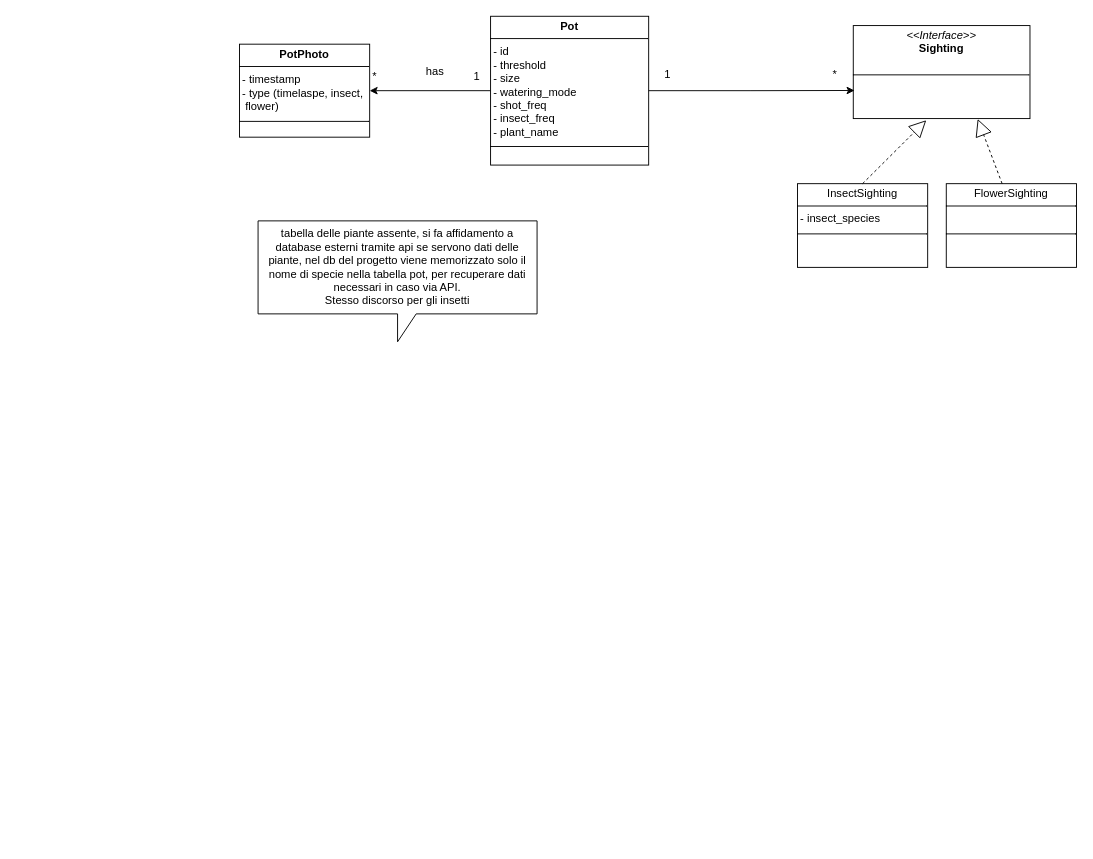
Earlier version of the draw.io diagram docs/classes.drawio (rosario-zaccone/clorofillo). Source tidied: cells renumbered, new cells numbered last; positions are measured from the earlier drawing's top-left corner, leaving out a move shared by most shapes. Both pictures are drawn from the tidied source at 93%, with x=0, y=0 at pixel (239, 16).
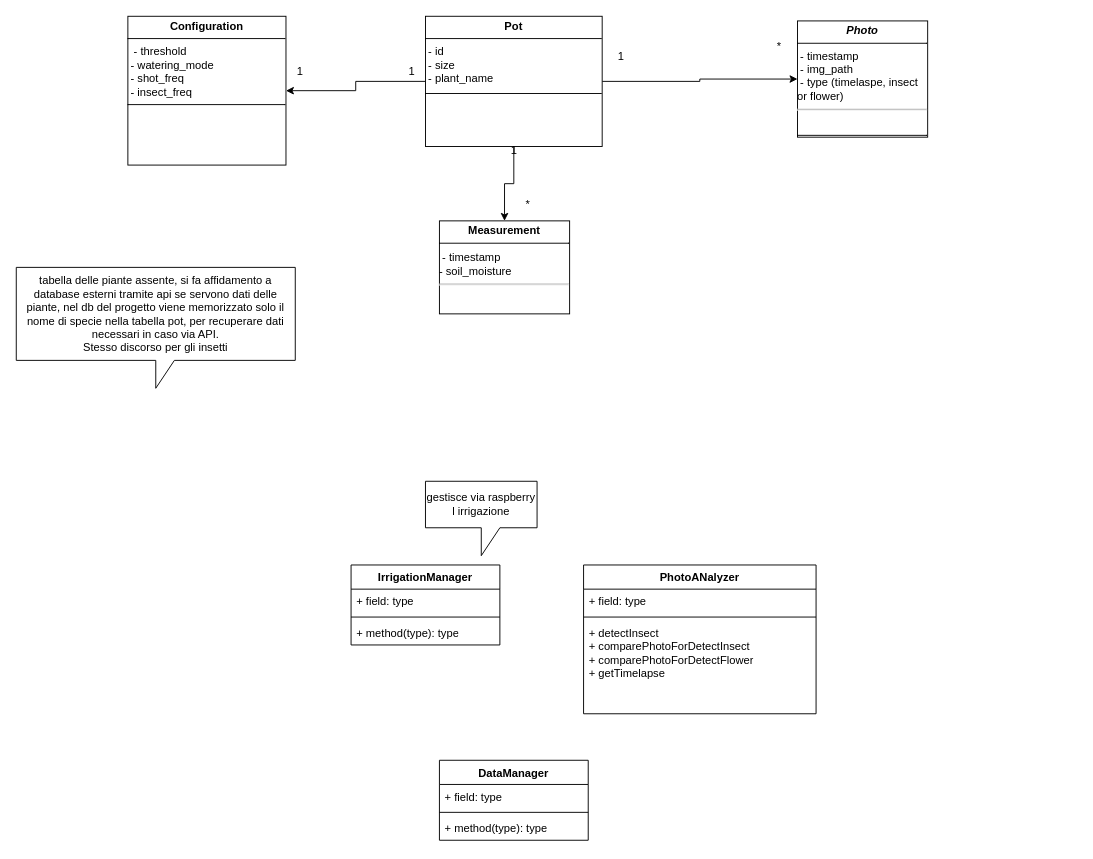
Above is the later version.

Commit message:
domain model diagram updated

What changed in the source:
```diff
@@
+    <mxCell id="17" style="edgeStyle=orthogonalEdgeStyle;rounded=0;jettySize=auto;html=1;" parent="1" edge="1" source="3" target="19">
+      <mxGeometry relative="1" as="geometry" />
+    </mxCell>
+    <mxCell id="18" style="edgeStyle=orthogonalEdgeStyle;rounded=0;jettySize=auto;html=1;entryX=0.5;entryY=0;entryDx=0;entryDy=0;" parent="1" edge="1" source="3" target="22">
+      <mxGeometry relative="1" as="geometry" />
+    </mxCell>
-    <mxCell id="2" style="edgeStyle=orthogonalEdgeStyle;rounded=0;jettySize=auto;html=1;entryX=1;entryY=0.5;entryDx=0;entryDy=0;" parent="1" edge="1" source="3" target="4">
+    <mxCell id="2" style="edgeStyle=orthogonalEdgeStyle;rounded=0;jettySize=auto;html=1;" parent="1" edge="1" source="3" target="4">
       <mxGeometry relative="1" as="geometry" />
     </mxCell>
-    <mxCell id="3" value="&lt;p style=&quot;margin:0px;margin-top:4px;text-align:center;&quot;&gt;&lt;b&gt;Pot&lt;/b&gt;&lt;/p&gt;&lt;hr size=&quot;1&quot; style=&quot;border-style:solid;&quot;&gt;&amp;nbsp;- id&lt;div&gt;&amp;nbsp;-&amp;nbsp;threshold&lt;/div&gt;&lt;div&gt;&amp;nbsp;- size&lt;/div&gt;&lt;div&gt;&amp;nbsp;- watering_mode&lt;/div&gt;&lt;div&gt;&amp;nbsp;- shot_freq&lt;/div&gt;&lt;div&gt;&amp;nbsp;- insect_freq&lt;/div&gt;&lt;div&gt;&amp;nbsp;- plant_name&lt;/div&gt;&lt;div&gt;&lt;div style=&quot;height:2px;&quot;&gt;&lt;/div&gt;&lt;hr size=&quot;1&quot; style=&quot;border-style:solid;&quot;&gt;&lt;div style=&quot;height:2px;&quot;&gt;&lt;/div&gt;&lt;/div&gt;" style="verticalAlign=top;align=left;overflow=fill;html=1;whiteSpace=wrap;" parent="1" vertex="1">
-      <mxGeometry x="270" width="170" height="160" as="geometry" />
+    <mxCell id="3" value="&lt;p style=&quot;margin:0px;margin-top:4px;text-align:center;&quot;&gt;&lt;b&gt;Pot&lt;/b&gt;&lt;/p&gt;&lt;hr size=&quot;1&quot; style=&quot;border-style:solid;&quot;&gt;&amp;nbsp;- id&lt;div&gt;&amp;nbsp;- size&lt;/div&gt;&lt;div&gt;&amp;nbsp;- plant_name&lt;/div&gt;&lt;div&gt;&lt;div style=&quot;height:2px;&quot;&gt;&lt;/div&gt;&lt;hr size=&quot;1&quot; style=&quot;border-style:solid;&quot;&gt;&lt;div style=&quot;height:2px;&quot;&gt;&lt;/div&gt;&lt;/div&gt;" style="verticalAlign=top;align=left;overflow=fill;html=1;whiteSpace=wrap;" parent="1" vertex="1">
+      <mxGeometry x="200" width="190" height="140" as="geometry" />
     </mxCell>
-    <mxCell id="4" value="&lt;p style=&quot;margin:0px;margin-top:4px;text-align:center;&quot;&gt;&lt;b&gt;PotPhoto&lt;/b&gt;&lt;/p&gt;&lt;hr size=&quot;1&quot; style=&quot;border-style:solid;&quot;&gt;&amp;nbsp;- timestamp&lt;div&gt;&amp;nbsp;- type (timelaspe, insect,&amp;nbsp; &amp;nbsp; flower)&lt;br&gt;&lt;div&gt;&lt;div style=&quot;height:2px;&quot;&gt;&lt;/div&gt;&lt;hr size=&quot;1&quot; style=&quot;border-style:solid;&quot;&gt;&lt;div style=&quot;height:2px;&quot;&gt;&lt;/div&gt;&lt;/div&gt;&lt;/div&gt;" style="verticalAlign=top;align=left;overflow=fill;html=1;whiteSpace=wrap;" parent="1" vertex="1">
-      <mxGeometry y="30" width="140" height="100" as="geometry" />
+    <mxCell id="4" value="&lt;p style=&quot;margin:0px;margin-top:4px;text-align:center;&quot;&gt;&lt;b&gt;&lt;i&gt;Photo&lt;/i&gt;&lt;/b&gt;&lt;/p&gt;&lt;hr size=&quot;1&quot; style=&quot;border-style:solid;&quot;&gt;&amp;nbsp;- timestamp&lt;div&gt;&amp;nbsp;- img_path&lt;/div&gt;&lt;div&gt;&amp;nbsp;- type (timelaspe, insect or flower)&lt;/div&gt;&lt;div&gt;&lt;hr&gt;&lt;div&gt;&lt;br&gt;&lt;div&gt;&lt;hr size=&quot;1&quot; style=&quot;border-style:solid;&quot;&gt;&lt;div style=&quot;height:2px;&quot;&gt;&lt;/div&gt;&lt;/div&gt;&lt;/div&gt;&lt;/div&gt;" style="verticalAlign=top;align=left;overflow=fill;html=1;whiteSpace=wrap;" parent="1" vertex="1">
+      <mxGeometry x="600" y="5" width="140" height="125" as="geometry" />
     </mxCell>
-    <mxCell id="5" value="&lt;p style=&quot;margin:0px;margin-top:4px;text-align:center;&quot;&gt;FlowerSighting&lt;/p&gt;&lt;hr size=&quot;1&quot; style=&quot;border-style:solid;&quot;&gt;&lt;div&gt;&amp;nbsp;&lt;/div&gt;&lt;div&gt;&lt;div style=&quot;height:2px;&quot;&gt;&lt;/div&gt;&lt;hr size=&quot;1&quot; style=&quot;border-style:solid;&quot;&gt;&lt;div style=&quot;height:2px;&quot;&gt;&lt;/div&gt;&lt;/div&gt;" style="verticalAlign=top;align=left;overflow=fill;html=1;whiteSpace=wrap;" parent="1" vertex="1">
-      <mxGeometry x="760" y="180" width="140" height="90" as="geometry" />
-    </mxCell>
     <mxCell id="6" value="tabella delle piante assente, si fa affidamento a database esterni tramite api se servono dati delle piante, nel db del progetto viene memorizzato solo il nome di specie nella tabella pot, per recuperare dati necessari in caso via API.&lt;div&gt;Stesso discorso per gli insetti&lt;/div&gt;" style="shape=callout;whiteSpace=wrap;html=1;perimeter=calloutPerimeter;" parent="1" vertex="1">
-      <mxGeometry x="20" y="220" width="300" height="130" as="geometry" />
+      <mxGeometry x="-240" y="270" width="300" height="130" as="geometry" />
     </mxCell>
-    <mxCell id="7" value="&lt;p style=&quot;margin:0px;margin-top:4px;text-align:center;&quot;&gt;InsectSighting&lt;/p&gt;&lt;hr size=&quot;1&quot; style=&quot;border-style:solid;&quot;&gt;&lt;div&gt;&amp;nbsp;- insect_species&lt;/div&gt;&lt;div&gt;&lt;div style=&quot;height:2px;&quot;&gt;&lt;/div&gt;&lt;hr size=&quot;1&quot; style=&quot;border-style:solid;&quot;&gt;&lt;div style=&quot;height:2px;&quot;&gt;&lt;/div&gt;&lt;/div&gt;" style="verticalAlign=top;align=left;overflow=fill;html=1;whiteSpace=wrap;" parent="1" vertex="1">
-      <mxGeometry x="600" y="180" width="140" height="90" as="geometry" />
-    </mxCell>
-    <mxCell id="8" value="&lt;p style=&quot;margin:0px;margin-top:4px;text-align:center;&quot;&gt;&lt;i&gt;&amp;lt;&amp;lt;Interface&amp;gt;&amp;gt;&lt;/i&gt;&lt;br&gt;&lt;b&gt;Sighting&lt;/b&gt;&lt;/p&gt;&lt;p style=&quot;margin:0px;margin-left:4px;&quot;&gt;&lt;br&gt;&lt;/p&gt;&lt;hr size=&quot;1&quot; style=&quot;border-style:solid;&quot;&gt;&lt;p style=&quot;margin:0px;margin-left:4px;&quot;&gt;&lt;br&gt;&lt;/p&gt;" style="verticalAlign=top;align=left;overflow=fill;html=1;whiteSpace=wrap;" parent="1" vertex="1">
-      <mxGeometry x="660" y="10" width="190" height="100" as="geometry" />
-    </mxCell>
-    <mxCell id="9" style="endArrow=block;endSize=16;endFill=0;html=1;rounded=0;exitX=0.5;exitY=0;exitDx=0;exitDy=0;entryX=0.413;entryY=1.018;entryDx=0;entryDy=0;entryPerimeter=0;dashed=1;" parent="1" edge="1" source="7" target="8">
-      <mxGeometry relative="1" as="geometry" />
-    </mxCell>
-    <mxCell id="10" style="endArrow=block;endSize=16;endFill=0;html=1;rounded=0;entryX=0.704;entryY=1.004;entryDx=0;entryDy=0;entryPerimeter=0;exitX=0.429;exitY=0;exitDx=0;exitDy=0;exitPerimeter=0;dashed=1;" parent="1" edge="1" source="5" target="8">
-      <mxGeometry relative="1" as="geometry" />
-    </mxCell>
-    <mxCell id="11" value="*" style="text;html=1;align=center;verticalAlign=middle;strokeColor=none;fillColor=none;" parent="1" vertex="1">
-      <mxGeometry x="130" y="50" width="30" height="30" as="geometry" />
-    </mxCell>
-    <mxCell id="12" value="1" style="text;html=1;align=center;verticalAlign=middle;strokeColor=none;fillColor=none;" parent="1" vertex="1">
-      <mxGeometry x="240" y="50" width="30" height="30" as="geometry" />
-    </mxCell>
-    <mxCell id="13" value="has" style="text;html=1;align=center;verticalAlign=middle;strokeColor=none;fillColor=none;" parent="1" vertex="1">
-      <mxGeometry x="190" y="45" width="40" height="30" as="geometry" />
-    </mxCell>
-    <mxCell id="14" style="edgeStyle=orthogonalEdgeStyle;rounded=0;jettySize=auto;html=1;entryX=0.007;entryY=0.698;entryDx=0;entryDy=0;entryPerimeter=0;" parent="1" edge="1" source="3" target="8">
-      <mxGeometry relative="1" as="geometry" />
-    </mxCell>
-    <mxCell id="15" value="1" style="text;html=1;align=center;verticalAlign=middle;strokeColor=none;fillColor=none;" parent="1" vertex="1">
-      <mxGeometry x="445" y="48" width="30" height="30" as="geometry" />
-    </mxCell>
-    <mxCell id="16" value="*" style="text;html=1;align=center;verticalAlign=middle;strokeColor=none;fillColor=none;" parent="1" vertex="1">
-      <mxGeometry x="625" y="48" width="30" height="30" as="geometry" />
-    </mxCell>
+    <mxCell id="19" value="&lt;p style=&quot;margin:0px;margin-top:4px;text-align:center;&quot;&gt;&lt;b&gt;Configuration&lt;/b&gt;&lt;/p&gt;&lt;hr size=&quot;1&quot; style=&quot;border-style:solid;&quot;&gt;&amp;nbsp;&amp;nbsp;&lt;span style=&quot;background-color: transparent; color: light-dark(rgb(0, 0, 0), rgb(255, 255, 255));&quot;&gt;-&amp;nbsp;threshold&lt;/span&gt;&lt;div&gt;&amp;nbsp;- watering_mode&lt;/div&gt;&lt;div&gt;&amp;nbsp;- shot_freq&lt;/div&gt;&lt;div&gt;&amp;nbsp;- insect_freq&lt;/div&gt;&lt;div&gt;&lt;hr size=&quot;1&quot; style=&quot;border-style:solid;&quot;&gt;&lt;div style=&quot;height:2px;&quot;&gt;&lt;/div&gt;&lt;/div&gt;" style="verticalAlign=top;align=left;overflow=fill;html=1;whiteSpace=wrap;" parent="1" vertex="1">
+      <mxGeometry x="-120" width="170" height="160" as="geometry" />
+    </mxCell>
+    <mxCell id="20" value="1" style="text;html=1;align=center;verticalAlign=middle;strokeColor=none;fillColor=none;" parent="1" vertex="1">
+      <mxGeometry x="170" y="45" width="30" height="30" as="geometry" />
+    </mxCell>
+    <mxCell id="21" value="1" style="text;html=1;align=center;verticalAlign=middle;strokeColor=none;fillColor=none;" parent="1" vertex="1">
+      <mxGeometry x="50" y="45" width="30" height="30" as="geometry" />
+    </mxCell>
+    <mxCell id="22" value="&lt;p style=&quot;margin:0px;margin-top:4px;text-align:center;&quot;&gt;&lt;b&gt;Measurement&lt;/b&gt;&lt;/p&gt;&lt;hr size=&quot;1&quot; style=&quot;border-style:solid;&quot;&gt;&lt;div style=&quot;height:2px;&quot;&gt;&lt;/div&gt;&amp;nbsp;- timestamp&lt;div&gt;- soil_moisture&lt;br&gt;&lt;div style=&quot;height:2px;&quot;&gt;&lt;hr&gt;&lt;/div&gt;&lt;/div&gt;" style="verticalAlign=top;align=left;overflow=fill;html=1;whiteSpace=wrap;" parent="1" vertex="1">
+      <mxGeometry x="215" y="220" width="140" height="100" as="geometry" />
+    </mxCell>
+    <mxCell id="23" value="1" style="text;html=1;align=center;verticalAlign=middle;strokeColor=none;fillColor=none;" parent="1" vertex="1">
+      <mxGeometry x="280" y="130" width="30" height="30" as="geometry" />
+    </mxCell>
+    <mxCell id="24" value="*" style="text;html=1;align=center;verticalAlign=middle;strokeColor=none;fillColor=none;" parent="1" vertex="1">
+      <mxGeometry x="295" y="188" width="30" height="30" as="geometry" />
+    </mxCell>
+    <mxCell id="25" value="1" style="text;html=1;align=center;verticalAlign=middle;strokeColor=none;fillColor=none;" parent="1" vertex="1">
+      <mxGeometry x="395" y="28" width="30" height="30" as="geometry" />
+    </mxCell>
+    <mxCell id="26" value="*" style="text;html=1;align=center;verticalAlign=middle;strokeColor=none;fillColor=none;" parent="1" vertex="1">
+      <mxGeometry x="565" y="18" width="30" height="30" as="geometry" />
+    </mxCell>
+    <mxCell id="27" value="DataManager" style="swimlane;fontStyle=1;align=center;verticalAlign=top;horizontal=1;startSize=26;whiteSpace=wrap;html=1;" parent="1" vertex="1">
+      <mxGeometry x="215" y="800" width="160" height="86" as="geometry" />
+    </mxCell>
+    <mxCell id="28" value="+ field: type" style="text;strokeColor=none;fillColor=none;align=left;verticalAlign=top;spacingLeft=4;spacingRight=4;overflow=hidden;whiteSpace=wrap;html=1;" parent="27" vertex="1">
+      <mxGeometry y="26" width="160" height="26" as="geometry" />
+    </mxCell>
+    <mxCell id="29" style="line;strokeWidth=1;fillColor=none;align=left;verticalAlign=middle;spacingTop=-1;spacingLeft=3;spacingRight=3;labelPosition=right;strokeColor=inherit;" parent="27" vertex="1">
+      <mxGeometry y="52" width="160" height="8" as="geometry" />
+    </mxCell>
+    <mxCell id="30" value="+ method(type): type" style="text;strokeColor=none;fillColor=none;align=left;verticalAlign=top;spacingLeft=4;spacingRight=4;overflow=hidden;whiteSpace=wrap;html=1;" parent="27" vertex="1">
+      <mxGeometry y="60" width="160" height="26" as="geometry" />
+    </mxCell>
+    <mxCell id="31" value="IrrigationManager" style="swimlane;fontStyle=1;align=center;verticalAlign=top;horizontal=1;startSize=26;whiteSpace=wrap;html=1;" parent="1" vertex="1">
+      <mxGeometry x="120" y="590" width="160" height="86" as="geometry" />
+    </mxCell>
+    <mxCell id="32" value="+ field: type" style="text;strokeColor=none;fillColor=none;align=left;verticalAlign=top;spacingLeft=4;spacingRight=4;overflow=hidden;whiteSpace=wrap;html=1;" parent="31" vertex="1">
+      <mxGeometry y="26" width="160" height="26" as="geometry" />
+    </mxCell>
+    <mxCell id="33" style="line;strokeWidth=1;fillColor=none;align=left;verticalAlign=middle;spacingTop=-1;spacingLeft=3;spacingRight=3;labelPosition=right;strokeColor=inherit;" parent="31" vertex="1">
+      <mxGeometry y="52" width="160" height="8" as="geometry" />
+    </mxCell>
+    <mxCell id="34" value="+ method(type): type" style="text;strokeColor=none;fillColor=none;align=left;verticalAlign=top;spacingLeft=4;spacingRight=4;overflow=hidden;whiteSpace=wrap;html=1;" parent="31" vertex="1">
+      <mxGeometry y="60" width="160" height="26" as="geometry" />
+    </mxCell>
+    <mxCell id="35" value="PhotoANalyzer" style="swimlane;fontStyle=1;align=center;verticalAlign=top;horizontal=1;startSize=26;whiteSpace=wrap;html=1;" parent="1" vertex="1">
+      <mxGeometry x="370" y="590" width="250" height="160" as="geometry" />
+    </mxCell>
+    <mxCell id="36" value="+ field: type" style="text;strokeColor=none;fillColor=none;align=left;verticalAlign=top;spacingLeft=4;spacingRight=4;overflow=hidden;whiteSpace=wrap;html=1;" parent="35" vertex="1">
+      <mxGeometry y="26" width="250" height="26" as="geometry" />
+    </mxCell>
+    <mxCell id="37" style="line;strokeWidth=1;fillColor=none;align=left;verticalAlign=middle;spacingTop=-1;spacingLeft=3;spacingRight=3;labelPosition=right;strokeColor=inherit;" parent="35" vertex="1">
+      <mxGeometry y="52" width="250" height="8" as="geometry" />
+    </mxCell>
+    <mxCell id="38" value="+ detectInsect&lt;div&gt;+ comparePhotoForDetectInsect&lt;/div&gt;&lt;div&gt;+ comparePhotoForDetectFlower&lt;/div&gt;&lt;div&gt;+ getTimelapse&lt;/div&gt;" style="text;strokeColor=none;fillColor=none;align=left;verticalAlign=top;spacingLeft=4;spacingRight=4;overflow=hidden;whiteSpace=wrap;html=1;" parent="35" vertex="1">
+      <mxGeometry y="60" width="250" height="100" as="geometry" />
+    </mxCell>
+    <mxCell id="39" value="gestisce via raspberry l irrigazione" style="shape=callout;whiteSpace=wrap;html=1;perimeter=calloutPerimeter;" parent="1" vertex="1">
+      <mxGeometry x="200" y="500" width="120" height="80" as="geometry" />
+    </mxCell>
```
